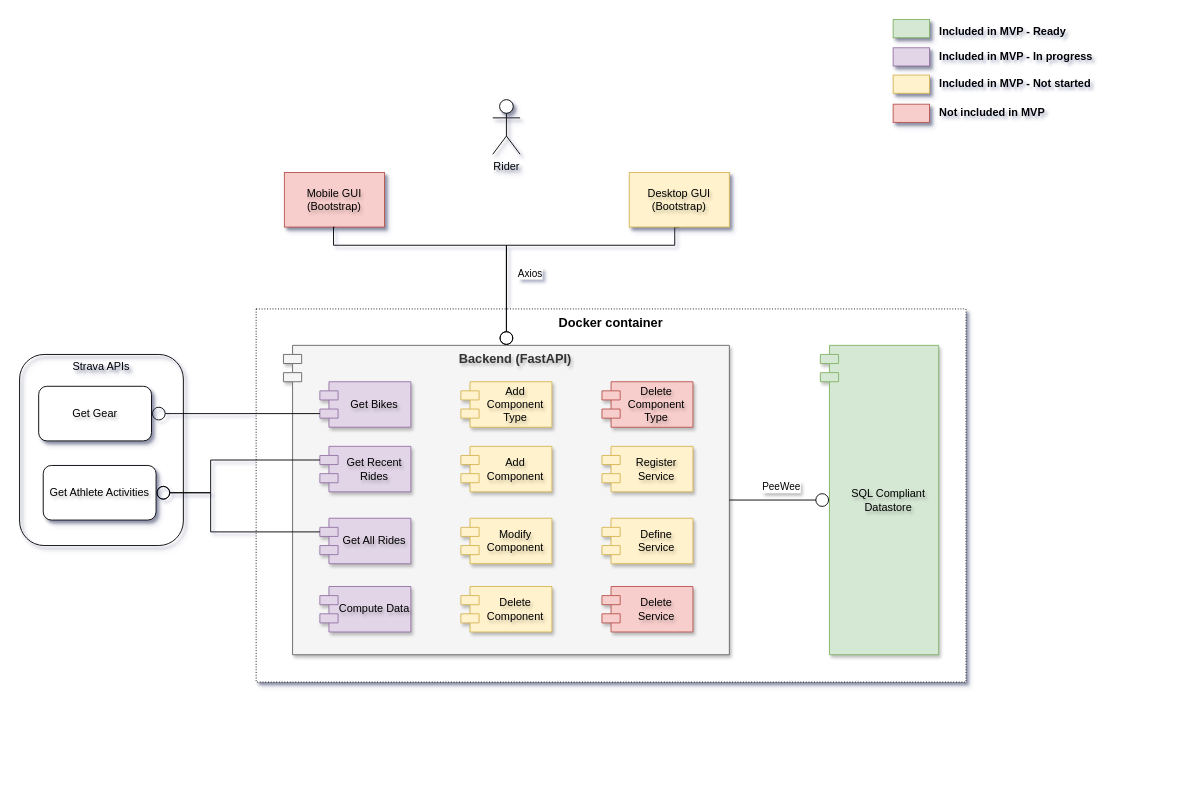
xivind/velo-supervisor-2000 keeps this draw.io diagram as page "Application architecture" (1 of 4) of docs/all_diagrams.drawio. Above is the earlier version. Source tidied: cells renumbered, new cells numbered last; positions are measured from the earlier drawing's top-left corner, leaving out a move shared by most shapes. Both pictures are drawn from the tidied source at 91%, with x=0, y=0 at pixel (19, 17).
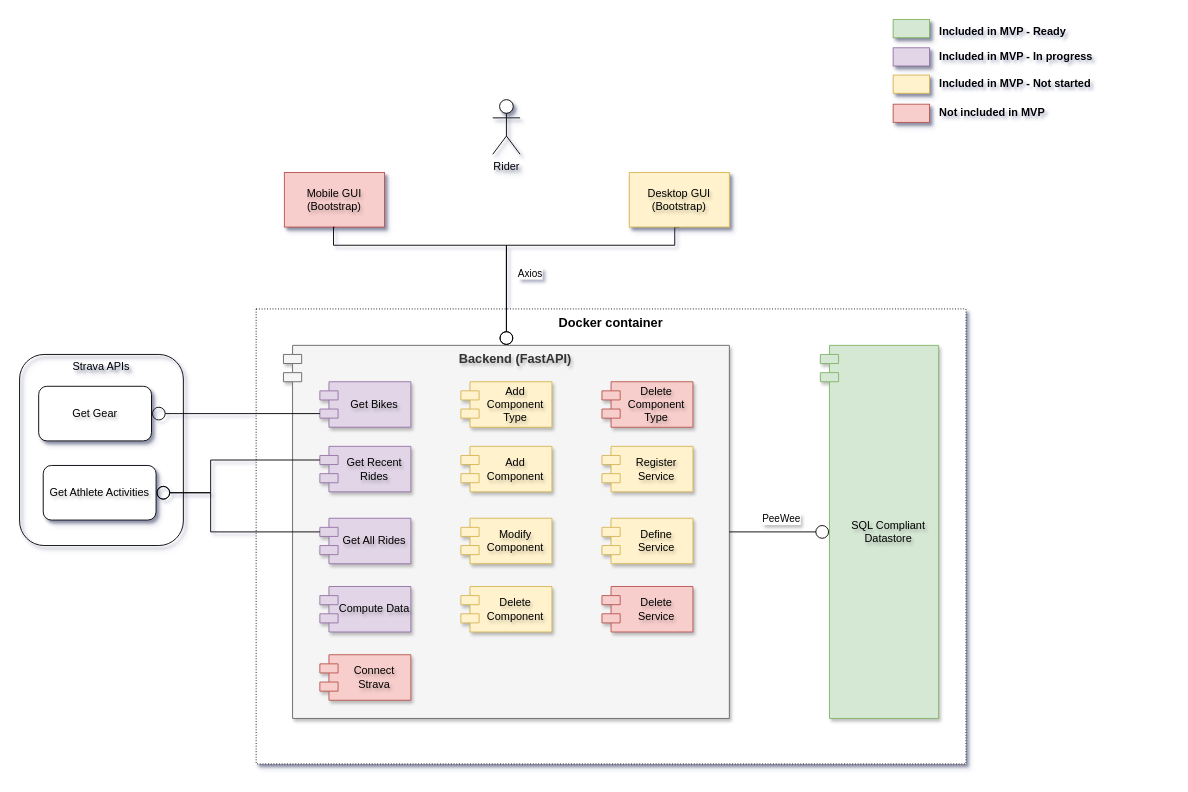
The same diagram, later.

Change to the diagram source:
```diff
@@
     <mxCell id="2" value="&lt;b style=&quot;font-size: 14px;&quot;&gt;Docker container&lt;/b&gt;" style="rounded=0;whiteSpace=wrap;html=1;dashed=1;shadow=1;verticalAlign=top;fontSize=14;dashPattern=1 2;" parent="1" vertex="1">
-      <mxGeometry x="260" y="320" width="780" height="410" as="geometry" />
+      <mxGeometry x="260" y="320" width="780" height="500" as="geometry" />
     </mxCell>
@@
     <mxCell id="7" value="Backend (FastAPI)" style="shape=module;align=left;spacingLeft=20;align=center;verticalAlign=top;whiteSpace=wrap;html=1;textShadow=1;shadow=1;fillColor=#f5f5f5;fontColor=#333333;strokeColor=#666666;fontSize=14;fontStyle=1;" parent="1" vertex="1">
-      <mxGeometry x="290" y="360" width="490" height="340" as="geometry" />
+      <mxGeometry x="290" y="360" width="490" height="410" as="geometry" />
     </mxCell>
@@
     <mxCell id="26" value="SQL Compliant Datastore" style="shape=module;align=left;spacingLeft=20;align=center;verticalAlign=middle;whiteSpace=wrap;html=1;fillColor=#d5e8d4;strokeColor=#82b366;textShadow=1;shadow=1;" parent="1" vertex="1">
-      <mxGeometry x="880" y="360" width="130" height="340" as="geometry" />
+      <mxGeometry x="880" y="360" width="130" height="410" as="geometry" />
     </mxCell>
@@
+    <mxCell id="40" value="Connect Strava" style="shape=module;align=left;spacingLeft=20;align=center;verticalAlign=middle;whiteSpace=wrap;html=1;fillColor=#f8cecc;strokeColor=#b85450;textShadow=1;shadow=1;" parent="1" vertex="1">
+      <mxGeometry x="330" y="700" width="100" height="50" as="geometry" />
+    </mxCell>
```
